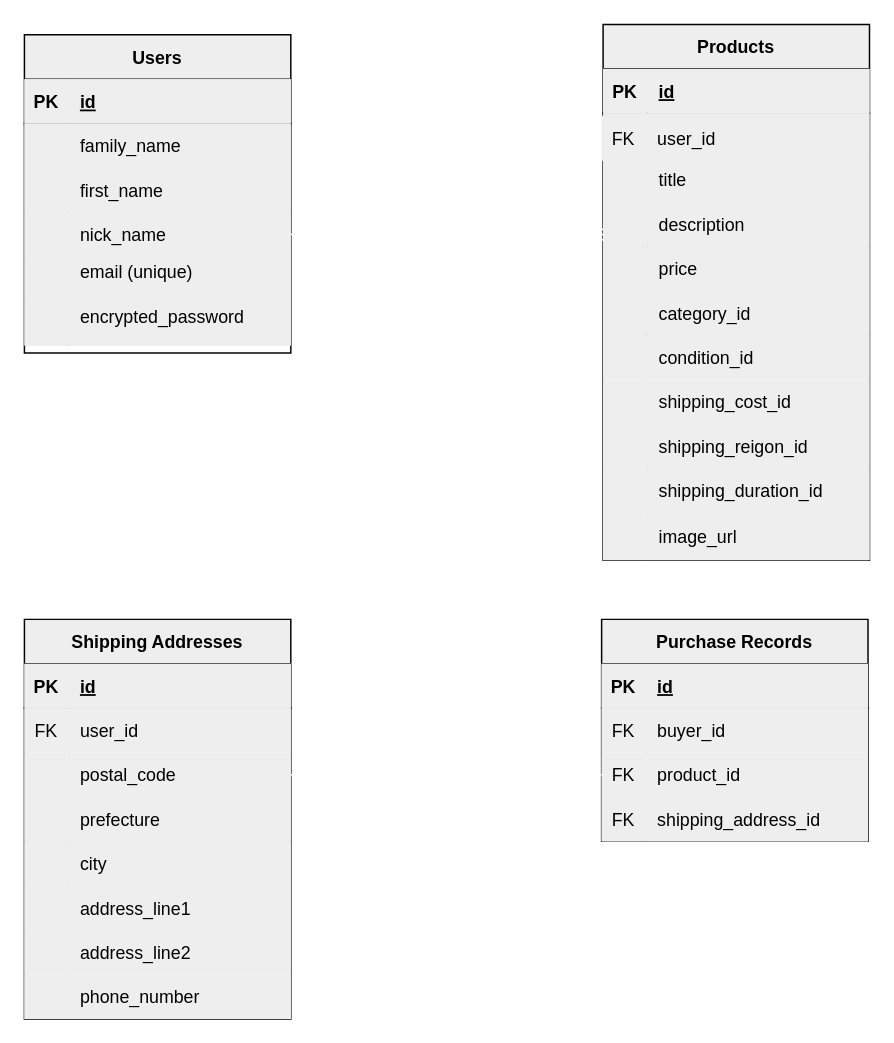
This is ER図.dio from swanmask353/furima-40464, a draw.io file, before an edit. Source tidied: cells renumbered, new cells numbered last; positions are measured from the earlier drawing's top-left corner, leaving out a move shared by most shapes. Both pictures are drawn from the tidied source at 148%, with x=0, y=0 at pixel (-65, 24).
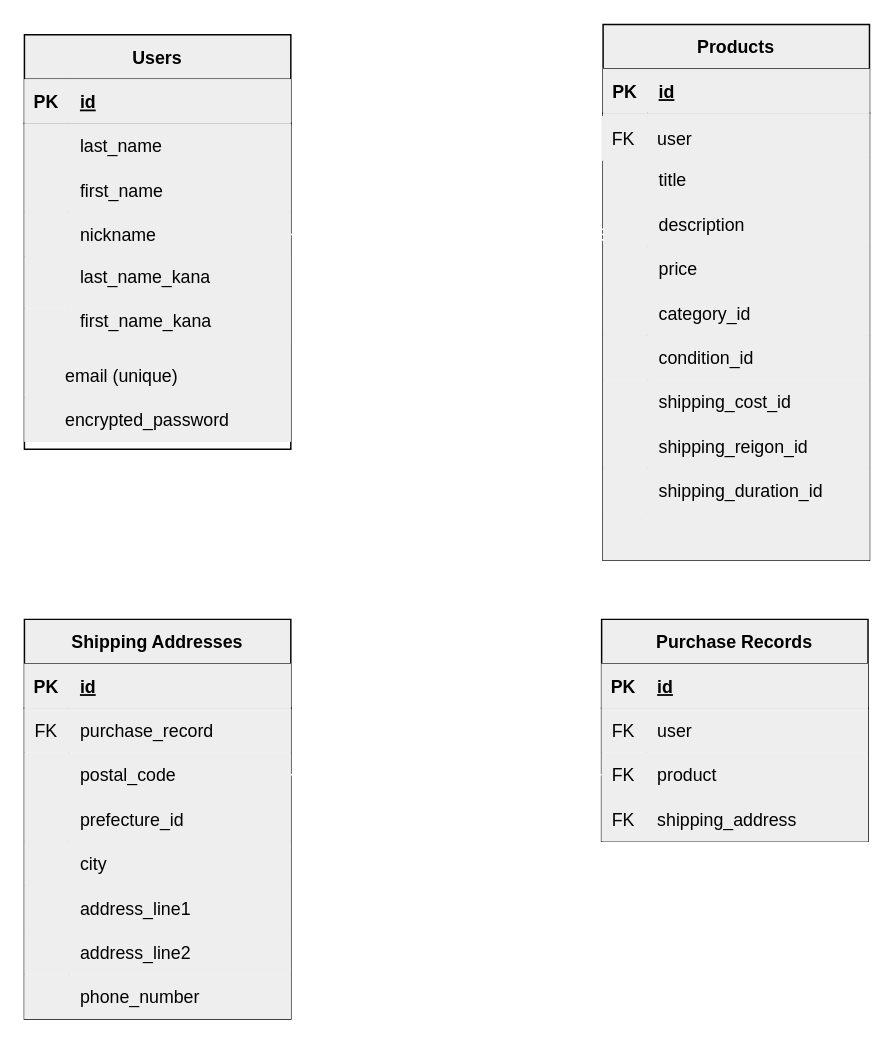
The same diagram, later.

Unchanged cells that the change refers to:
```xml
<mxCell id="7" style="shape=tableRow;horizontal=0;startSize=0;swimlaneHead=0;swimlaneBody=0;fillColor=#eeeeee;top=0;left=0;right=0;bottom=0;strokeColor=#030303;fontColor=#000000;" parent="3" vertex="1">
  <mxGeometry y="60" width="180" height="30" as="geometry" />
</mxCell>
<mxCell id="13" style="shape=tableRow;horizontal=0;startSize=0;swimlaneHead=0;swimlaneBody=0;fillColor=#eeeeee;points=[[0,0.5],[1,0.5]];portConstraint=eastwest;top=0;left=0;right=0;bottom=0;strokeColor=#030303;fontColor=#000000;" parent="3" vertex="1">
  <mxGeometry y="120" width="180" height="30" as="geometry" />
</mxCell>
<mxCell id="53" style="shape=tableRow;horizontal=0;startSize=0;swimlaneHead=0;swimlaneBody=0;fillColor=#eeeeee;points=[[0,0.5],[1,0.5]];portConstraint=eastwest;top=0;left=0;right=0;bottom=0;strokeColor=#030303;fontColor=#000000;" parent="22" vertex="1">
  <mxGeometry y="330" width="180" height="32" as="geometry" />
</mxCell>
<mxCell id="60" style="shape=tableRow;horizontal=0;startSize=0;swimlaneHead=0;swimlaneBody=0;fillColor=#eeeeee;top=0;left=0;right=0;bottom=0;strokeColor=#030303;fontColor=#000000;" parent="56" vertex="1">
  <mxGeometry y="60" width="180" height="30" as="geometry" />
</mxCell>
<mxCell id="66" style="shape=tableRow;horizontal=0;startSize=0;swimlaneHead=0;swimlaneBody=0;fillColor=#eeeeee;top=0;left=0;right=0;bottom=0;strokeColor=#030303;fontColor=#000000;" parent="56" vertex="1">
  <mxGeometry y="120" width="180" height="30" as="geometry" />
</mxCell>
<mxCell id="89" style="shape=tableRow;horizontal=0;startSize=0;swimlaneHead=0;swimlaneBody=0;fillColor=#eeeeee;top=0;left=0;right=0;bottom=0;strokeColor=#030303;fontColor=#000000;" parent="85" vertex="1">
  <mxGeometry y="60" width="180" height="30" as="geometry" />
</mxCell>
<mxCell id="92" style="shape=tableRow;horizontal=0;startSize=0;swimlaneHead=0;swimlaneBody=0;fillColor=#eeeeee;points=[[0,0.5],[1,0.5]];portConstraint=eastwest;top=0;left=0;right=0;bottom=0;strokeColor=#030303;fontColor=#000000;" parent="85" vertex="1">
  <mxGeometry y="90" width="180" height="30" as="geometry" />
</mxCell>
<mxCell id="95" style="shape=tableRow;horizontal=0;startSize=0;swimlaneHead=0;swimlaneBody=0;fillColor=#eeeeee;top=0;left=0;right=0;bottom=0;strokeColor=#030303;fontColor=#000000;" parent="85" vertex="1">
  <mxGeometry y="120" width="180" height="30" as="geometry" />
</mxCell>
<mxCell id="98" style="shape=tableRow;horizontal=0;startSize=0;swimlaneHead=0;swimlaneBody=0;fillColor=#eeeeee;top=0;left=0;right=0;bottom=0;strokeColor=#030303;fontColor=#000000;" parent="1" vertex="1">
  <mxGeometry x="450" y="62" width="180" height="30" as="geometry" />
</mxCell>
```

Change to the diagram source:
```diff
@@
     <mxCell id="3" value="Users" style="shape=table;startSize=30;childLayout=tableLayout;rowLines=0;fontStyle=1;align=center;strokeColor=#030303;fillColor=#eeeeee;fontColor=#000000;" parent="1" vertex="1">
-      <mxGeometry x="60" y="7" width="180" height="215" as="geometry" />
+      <mxGeometry x="60" y="7" width="180" height="280" as="geometry" />
     </mxCell>
@@
-    <mxCell id="9" value="family_name" style="shape=partialRectangle;fillColor=#eeeeee;top=0;left=0;bottom=0;right=0;align=left;spacingLeft=6;overflow=hidden;strokeColor=#030303;fontColor=#000000;" parent="7" vertex="1">
+    <mxCell id="9" value="last_name" style="shape=partialRectangle;fillColor=#eeeeee;top=0;left=0;bottom=0;right=0;align=left;spacingLeft=6;overflow=hidden;strokeColor=#030303;fontColor=#000000;" parent="7" vertex="1">
       <mxGeometry x="30" width="150" height="30" as="geometry" />
     </mxCell>
@@
-    <mxCell id="15" value="nick_name" style="shape=partialRectangle;fillColor=#eeeeee;top=0;left=0;bottom=0;right=0;align=left;spacingLeft=6;overflow=hidden;strokeColor=#030303;fontColor=#000000;" parent="13" vertex="1">
+    <mxCell id="15" value="nickname" style="shape=partialRectangle;fillColor=#eeeeee;top=0;left=0;bottom=0;right=0;align=left;spacingLeft=6;overflow=hidden;strokeColor=#030303;fontColor=#000000;" parent="13" vertex="1">
       <mxGeometry x="30" width="150" height="30" as="geometry" />
     </mxCell>
     <mxCell id="16" style="shape=tableRow;horizontal=0;startSize=0;swimlaneHead=0;swimlaneBody=0;fillColor=#eeeeee;top=0;left=0;right=0;bottom=0;strokeColor=#030303;fontColor=#000000;" parent="3" vertex="1">
-      <mxGeometry y="150" width="180" height="30" as="geometry" />
+      <mxGeometry y="150" width="180" height="35" as="geometry" />
     </mxCell>
     <mxCell id="17" style="shape=partialRectangle;fillColor=#eeeeee;top=0;left=0;bottom=0;right=0;overflow=hidden;strokeColor=#030303;fontColor=#000000;" parent="16" vertex="1">
-      <mxGeometry width="30" height="30" as="geometry" />
+      <mxGeometry width="30" height="35" as="geometry" />
     </mxCell>
     <mxCell id="18" style="shape=partialRectangle;fillColor=#eeeeee;top=0;left=0;bottom=0;right=0;align=left;spacingLeft=6;overflow=hidden;strokeColor=#030303;fontColor=#000000;" parent="16" vertex="1">
-      <mxGeometry x="30" width="150" height="30" as="geometry" />
+      <mxGeometry x="30" width="150" height="35" as="geometry" />
     </mxCell>
     <mxCell id="19" style="shape=tableRow;horizontal=0;startSize=0;swimlaneHead=0;swimlaneBody=0;fillColor=#eeeeee;top=0;left=0;right=0;bottom=0;strokeColor=#030303;fontColor=#000000;" parent="3" vertex="1">
-      <mxGeometry y="180" width="180" height="30" as="geometry" />
+      <mxGeometry y="185" width="180" height="30" as="geometry" />
     </mxCell>
@@
+    <mxCell id="103" style="shape=tableRow;horizontal=0;startSize=0;swimlaneHead=0;swimlaneBody=0;fillColor=#eeeeee;top=0;left=0;right=0;bottom=0;strokeColor=#030303;fontColor=#000000;" parent="3" vertex="1">
+      <mxGeometry y="215" width="180" height="30" as="geometry" />
+    </mxCell>
+    <mxCell id="104" style="shape=partialRectangle;fillColor=#eeeeee;top=0;left=0;bottom=0;right=0;overflow=hidden;strokeColor=#030303;fontColor=#000000;" parent="103" vertex="1">
+      <mxGeometry width="30" height="30" as="geometry" />
+    </mxCell>
+    <mxCell id="105" style="shape=partialRectangle;fillColor=#eeeeee;top=0;left=0;bottom=0;right=0;align=left;spacingLeft=6;overflow=hidden;strokeColor=#030303;fontColor=#000000;" parent="103" vertex="1">
+      <mxGeometry x="30" width="150" height="30" as="geometry" />
+    </mxCell>
+    <mxCell id="106" style="shape=tableRow;horizontal=0;startSize=0;swimlaneHead=0;swimlaneBody=0;fillColor=#eeeeee;top=0;left=0;right=0;bottom=0;strokeColor=#030303;fontColor=#000000;" parent="3" vertex="1">
+      <mxGeometry y="245" width="180" height="30" as="geometry" />
+    </mxCell>
+    <mxCell id="107" style="shape=partialRectangle;fillColor=#eeeeee;top=0;left=0;bottom=0;right=0;overflow=hidden;strokeColor=#030303;fontColor=#000000;" parent="106" vertex="1">
+      <mxGeometry width="30" height="30" as="geometry" />
+    </mxCell>
+    <mxCell id="108" style="shape=partialRectangle;fillColor=#eeeeee;top=0;left=0;bottom=0;right=0;align=left;spacingLeft=6;overflow=hidden;strokeColor=#030303;fontColor=#000000;" parent="106" vertex="1">
+      <mxGeometry x="30" width="150" height="30" as="geometry" />
+    </mxCell>
@@
-    <mxCell id="55" value="image_url" style="shape=partialRectangle;fillColor=#eeeeee;top=0;left=0;bottom=0;right=0;align=left;spacingLeft=6;overflow=hidden;strokeColor=#030303;fontColor=#000000;" parent="53" vertex="1">
+    <mxCell id="55" style="shape=partialRectangle;fillColor=#eeeeee;top=0;left=0;bottom=0;right=0;align=left;spacingLeft=6;overflow=hidden;strokeColor=#030303;fontColor=#000000;" parent="53" vertex="1">
       <mxGeometry x="30" width="150" height="32" as="geometry" />
     </mxCell>
@@
-    <mxCell id="62" value="user_id" style="shape=partialRectangle;fillColor=#eeeeee;top=0;left=0;bottom=0;right=0;align=left;spacingLeft=6;overflow=hidden;strokeColor=#030303;fontColor=#000000;" parent="60" vertex="1">
+    <mxCell id="62" value="purchase_record" style="shape=partialRectangle;fillColor=#eeeeee;top=0;left=0;bottom=0;right=0;align=left;spacingLeft=6;overflow=hidden;strokeColor=#030303;fontColor=#000000;" parent="60" vertex="1">
       <mxGeometry x="30" width="150" height="30" as="geometry" />
     </mxCell>
@@
-    <mxCell id="68" value="prefecture" style="shape=partialRectangle;fillColor=#eeeeee;top=0;left=0;bottom=0;right=0;align=left;spacingLeft=6;overflow=hidden;strokeColor=#030303;fontColor=#000000;" parent="66" vertex="1">
+    <mxCell id="68" value="prefecture_id" style="shape=partialRectangle;fillColor=#eeeeee;top=0;left=0;bottom=0;right=0;align=left;spacingLeft=6;overflow=hidden;strokeColor=#030303;fontColor=#000000;" parent="66" vertex="1">
       <mxGeometry x="30" width="150" height="30" as="geometry" />
     </mxCell>
@@
     <mxCell id="81" value="email (unique)" style="shape=partialRectangle;fillColor=#eeeeee;top=0;left=0;bottom=0;right=0;align=left;spacingLeft=6;overflow=hidden;strokeColor=#030303;fontColor=#000000;" parent="1" vertex="1">
-      <mxGeometry x="90" y="152" width="150" height="30" as="geometry" />
+      <mxGeometry x="80" y="222" width="150" height="30" as="geometry" />
     </mxCell>
     <mxCell id="82" value="encrypted_password" style="shape=partialRectangle;fillColor=#eeeeee;top=0;left=0;bottom=0;right=0;align=left;spacingLeft=6;overflow=hidden;strokeColor=#030303;fontColor=#000000;" parent="1" vertex="1">
-      <mxGeometry x="90" y="182" width="150" height="30" as="geometry" />
+      <mxGeometry x="80" y="252" width="150" height="30" as="geometry" />
     </mxCell>
@@
-    <mxCell id="91" value="buyer_id" style="shape=partialRectangle;fillColor=#eeeeee;top=0;left=0;bottom=0;right=0;align=left;spacingLeft=6;overflow=hidden;strokeColor=#030303;fontColor=#000000;" parent="89" vertex="1">
+    <mxCell id="91" value="user" style="shape=partialRectangle;fillColor=#eeeeee;top=0;left=0;bottom=0;right=0;align=left;spacingLeft=6;overflow=hidden;strokeColor=#030303;fontColor=#000000;" parent="89" vertex="1">
       <mxGeometry x="30" width="150" height="30" as="geometry" />
     </mxCell>
@@
-    <mxCell id="94" value="product_id" style="shape=partialRectangle;fillColor=#eeeeee;top=0;left=0;bottom=0;right=0;align=left;spacingLeft=6;overflow=hidden;strokeColor=#030303;fontColor=#000000;" parent="92" vertex="1">
+    <mxCell id="94" value="product" style="shape=partialRectangle;fillColor=#eeeeee;top=0;left=0;bottom=0;right=0;align=left;spacingLeft=6;overflow=hidden;strokeColor=#030303;fontColor=#000000;" parent="92" vertex="1">
       <mxGeometry x="30" width="150" height="30" as="geometry" />
     </mxCell>
@@
-    <mxCell id="97" value="shipping_address_id" style="shape=partialRectangle;fillColor=#eeeeee;top=0;left=0;bottom=0;right=0;align=left;spacingLeft=6;overflow=hidden;strokeColor=#030303;fontColor=#000000;" parent="95" vertex="1">
+    <mxCell id="97" value="shipping_address" style="shape=partialRectangle;fillColor=#eeeeee;top=0;left=0;bottom=0;right=0;align=left;spacingLeft=6;overflow=hidden;strokeColor=#030303;fontColor=#000000;" parent="95" vertex="1">
       <mxGeometry x="30" width="150" height="30" as="geometry" />
     </mxCell>
@@
-    <mxCell id="100" value="user_id" style="shape=partialRectangle;fillColor=#eeeeee;top=0;left=0;bottom=0;right=0;align=left;spacingLeft=6;overflow=hidden;strokeColor=#030303;fontColor=#000000;" parent="98" vertex="1">
+    <mxCell id="100" value="user" style="shape=partialRectangle;fillColor=#eeeeee;top=0;left=0;bottom=0;right=0;align=left;spacingLeft=6;overflow=hidden;strokeColor=#030303;fontColor=#000000;" parent="98" vertex="1">
       <mxGeometry x="30" width="150" height="30" as="geometry" />
     </mxCell>
@@
+    <mxCell id="109" value="last_name_kana" style="shape=partialRectangle;fillColor=#eeeeee;top=0;left=0;bottom=0;right=0;align=left;spacingLeft=6;overflow=hidden;strokeColor=#030303;fontColor=#000000;" parent="1" vertex="1">
+      <mxGeometry x="90" y="155" width="150" height="30" as="geometry" />
+    </mxCell>
+    <mxCell id="110" value="first_name_kana" style="shape=partialRectangle;fillColor=#eeeeee;top=0;left=0;bottom=0;right=0;align=left;spacingLeft=6;overflow=hidden;strokeColor=#030303;fontColor=#000000;" parent="1" vertex="1">
+      <mxGeometry x="90" y="185" width="150" height="30" as="geometry" />
+    </mxCell>
```
